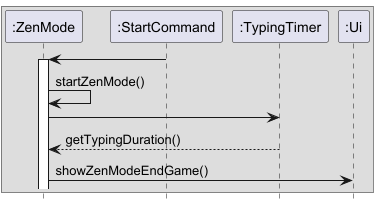
Before: docs/images/ZenModeSequenceDiagram.png, a diagram exported from PlantUML (AY2425S2-CS2113-F13-2/tp).
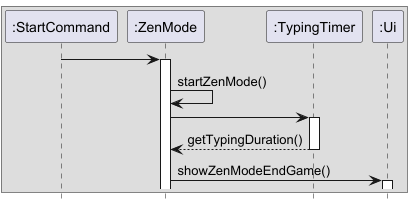
The same file after the commit.

Change to the diagram source:
```diff
@@ -1,19 +1,19 @@
 @startuml
 hide footbox
 
+
 box
+participant ":StartCommand" as StartCommand
 participant ":ZenMode" as ZenMode
-participant ":StartCommand" as StartCommand
-participant ":StartCommand" as StartCommand
 participant ":TypingTimer" as TypingTimer
 participant ":Ui" as Ui
 
 StartCommand -> ZenMode
 activate ZenMode
 ZenMode -> ZenMode: startZenMode()
-ZenMode -> TypingTimer
-TypingTimer --> ZenMode: getTypingDuration()
-ZenMode -> Ui : showZenModeEndGame()
+ZenMode -> TypingTimer ++
+return getTypingDuration()
+ZenMode -> Ui ++ : showZenModeEndGame()
 
 end box
 @enduml
```
